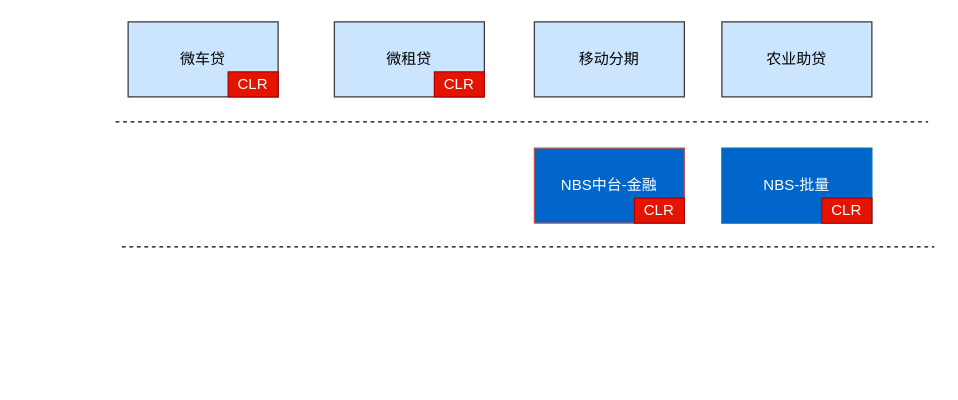
Before: 新清算引擎整体定位图.drawio in staconfree/design, a draw.io diagram. Source tidied: cells renumbered, new cells numbered last; positions are measured from the earlier drawing's top-left corner, leaving out a move shared by most shapes. Both pictures are drawn from the tidied source at 125%, with x=0, y=0 at pixel (115, 21).
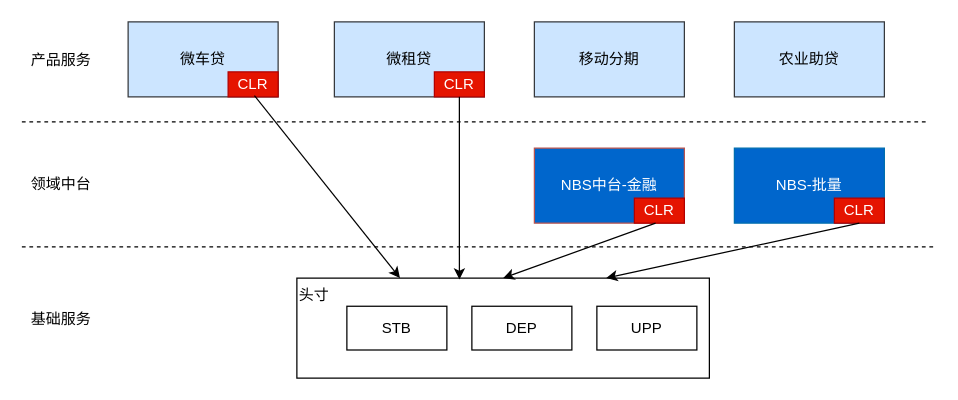
Above is the later version.

Commit message (it also covers changes not shown here):
更新新清算引擎整体定位图.drawio

The change refers to these unchanged cells:
```xml
<mxCell id="2" value="微车贷" style="rounded=0;whiteSpace=wrap;html=1;fillColor=#cce5ff;strokeColor=#36393d;" parent="1" vertex="1">
  <mxGeometry x="10" width="120" height="60" as="geometry" />
</mxCell>
<mxCell id="5" value="CLR" style="rounded=0;whiteSpace=wrap;html=1;fillColor=#e51400;strokeColor=#B20000;fontColor=#ffffff;" parent="1" vertex="1">
  <mxGeometry x="255" y="40" width="40" height="20" as="geometry" />
</mxCell>
<mxCell id="7" value="NBS中台-金融" style="rounded=0;whiteSpace=wrap;html=1;fillColor=#0066CC;strokeColor=#b85450;fontColor=#FFFFFF;" parent="1" vertex="1">
  <mxGeometry x="335" y="101" width="120" height="60" as="geometry" />
</mxCell>
```

Diff of the diagram source:
```diff
@@
     <mxCell id="6" style="endArrow=none;dashed=1;html=1;" parent="1" edge="1">
       <mxGeometry relative="1" as="geometry">
-        <mxPoint y="80" as="sourcePoint" />
+        <mxPoint x="-75" y="80" as="sourcePoint" />
         <mxPoint x="650" y="80" as="targetPoint" />
       </mxGeometry>
     </mxCell>
@@
     <mxCell id="8" value="NBS-批量" style="rounded=0;whiteSpace=wrap;html=1;fillColor=#0066CC;strokeColor=#006EAF;fontColor=#ffffff;" parent="1" vertex="1">
-      <mxGeometry x="485" y="101" width="120" height="60" as="geometry" />
+      <mxGeometry x="495" y="101" width="120" height="60" as="geometry" />
     </mxCell>
@@
     <mxCell id="10" value="CLR" style="rounded=0;whiteSpace=wrap;html=1;fillColor=#e51400;strokeColor=#B20000;fontColor=#ffffff;" parent="1" vertex="1">
-      <mxGeometry x="565" y="141" width="40" height="20" as="geometry" />
+      <mxGeometry x="575" y="141" width="40" height="20" as="geometry" />
     </mxCell>
@@
     <mxCell id="12" value="农业助贷" style="rounded=0;whiteSpace=wrap;html=1;fillColor=#cce5ff;strokeColor=#36393d;" parent="1" vertex="1">
-      <mxGeometry x="485" width="120" height="60" as="geometry" />
+      <mxGeometry x="495" width="120" height="60" as="geometry" />
     </mxCell>
     <mxCell id="13" style="endArrow=none;dashed=1;html=1;" parent="1" edge="1">
       <mxGeometry relative="1" as="geometry">
-        <mxPoint x="5" y="180" as="sourcePoint" />
+        <mxPoint x="-75" y="180" as="sourcePoint" />
         <mxPoint x="655" y="180" as="targetPoint" />
       </mxGeometry>
     </mxCell>
+    <mxCell id="14" value="头寸" style="rounded=0;whiteSpace=wrap;html=1;align=left;verticalAlign=top;" parent="1" vertex="1">
+      <mxGeometry x="145" y="205" width="330" height="80" as="geometry" />
+    </mxCell>
+    <mxCell id="15" value="STB" style="rounded=0;whiteSpace=wrap;html=1;align=center;" parent="1" vertex="1">
+      <mxGeometry x="185" y="227.5" width="80" height="35" as="geometry" />
+    </mxCell>
+    <mxCell id="16" value="DEP" style="rounded=0;whiteSpace=wrap;html=1;align=center;" parent="1" vertex="1">
+      <mxGeometry x="285" y="227.5" width="80" height="35" as="geometry" />
+    </mxCell>
+    <mxCell id="17" value="UPP" style="rounded=0;whiteSpace=wrap;html=1;align=center;" parent="1" vertex="1">
+      <mxGeometry x="385" y="227.5" width="80" height="35" as="geometry" />
+    </mxCell>
+    <mxCell id="18" style="endArrow=classic;html=1;fontColor=#FFFFFF;exitX=0.842;exitY=0.983;exitDx=0;exitDy=0;exitPerimeter=0;entryX=0.25;entryY=0;entryDx=0;entryDy=0;" parent="1" edge="1" source="2" target="14">
+      <mxGeometry relative="1" as="geometry" />
+    </mxCell>
+    <mxCell id="19" style="endArrow=classic;html=1;fontColor=#FFFFFF;exitX=0.5;exitY=1;exitDx=0;exitDy=0;entryX=0.394;entryY=0.013;entryDx=0;entryDy=0;entryPerimeter=0;" parent="1" edge="1" source="5" target="14">
+      <mxGeometry relative="1" as="geometry" />
+    </mxCell>
+    <mxCell id="20" style="endArrow=classic;html=1;fontColor=#FFFFFF;exitX=0.808;exitY=1;exitDx=0;exitDy=0;entryX=0.5;entryY=0;entryDx=0;entryDy=0;exitPerimeter=0;" parent="1" edge="1" source="7">
+      <mxGeometry relative="1" as="geometry">
+        <mxPoint x="310" y="205" as="targetPoint" />
+      </mxGeometry>
+    </mxCell>
+    <mxCell id="21" style="endArrow=classic;html=1;fontColor=#FFFFFF;exitX=0.5;exitY=1;exitDx=0;exitDy=0;entryX=0.75;entryY=0;entryDx=0;entryDy=0;" parent="1" edge="1" source="10" target="14">
+      <mxGeometry relative="1" as="geometry" />
+    </mxCell>
+    <mxCell id="22" value="产品服务" style="text;html=1;align=center;verticalAlign=middle;fontColor=#000000;" parent="1" vertex="1">
+      <mxGeometry x="-74" y="21" width="60" height="20" as="geometry" />
+    </mxCell>
+    <mxCell id="23" value="领域中台" style="text;html=1;align=center;verticalAlign=middle;fontColor=#000000;" parent="1" vertex="1">
+      <mxGeometry x="-74" y="120" width="60" height="20" as="geometry" />
+    </mxCell>
+    <mxCell id="24" value="基础服务" style="text;html=1;align=center;verticalAlign=middle;fontColor=#000000;" parent="1" vertex="1">
+      <mxGeometry x="-74" y="227.5" width="60" height="20" as="geometry" />
+    </mxCell>
```
